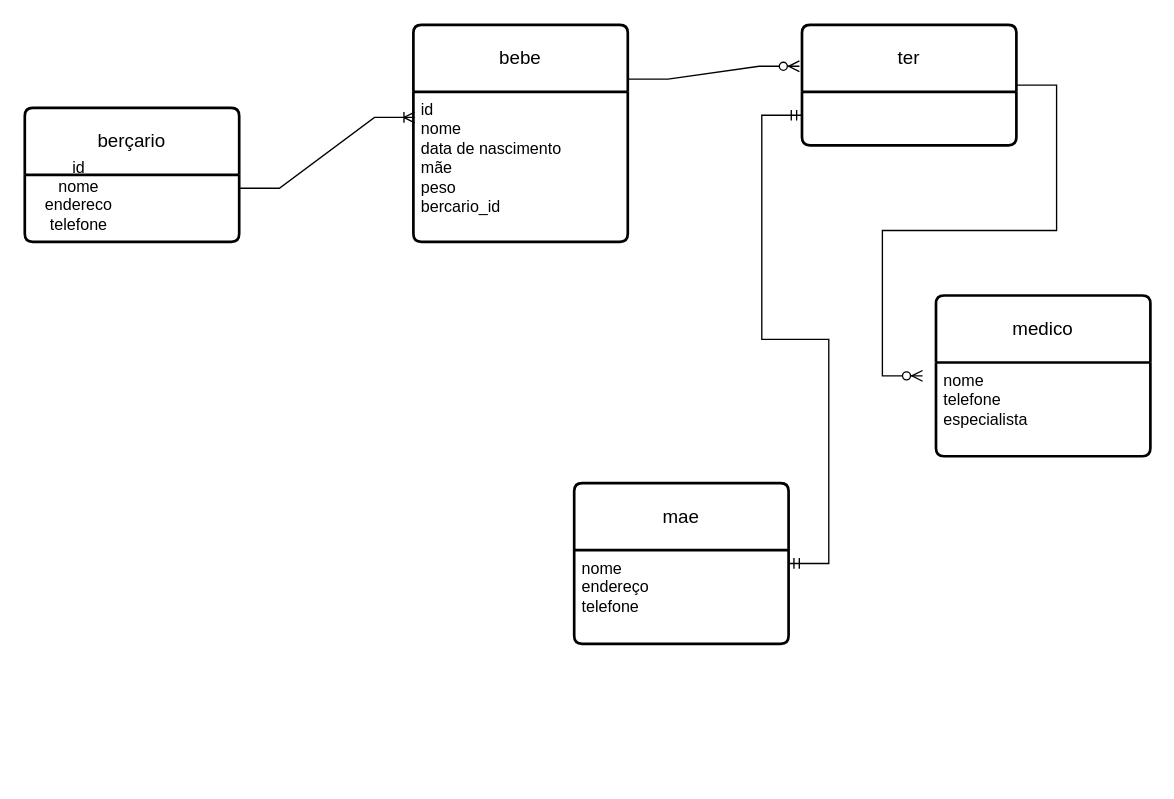
3GG11/Banco_de_Dados keeps this draw.io diagram as Diagrama sem nome.drawio. Above is the earlier version. Source tidied: cells renumbered, new cells numbered last; positions are measured from the earlier drawing's top-left corner, leaving out a move shared by most shapes. Both pictures are drawn from the tidied source at 134%, with x=0, y=0 at pixel (24, 24).
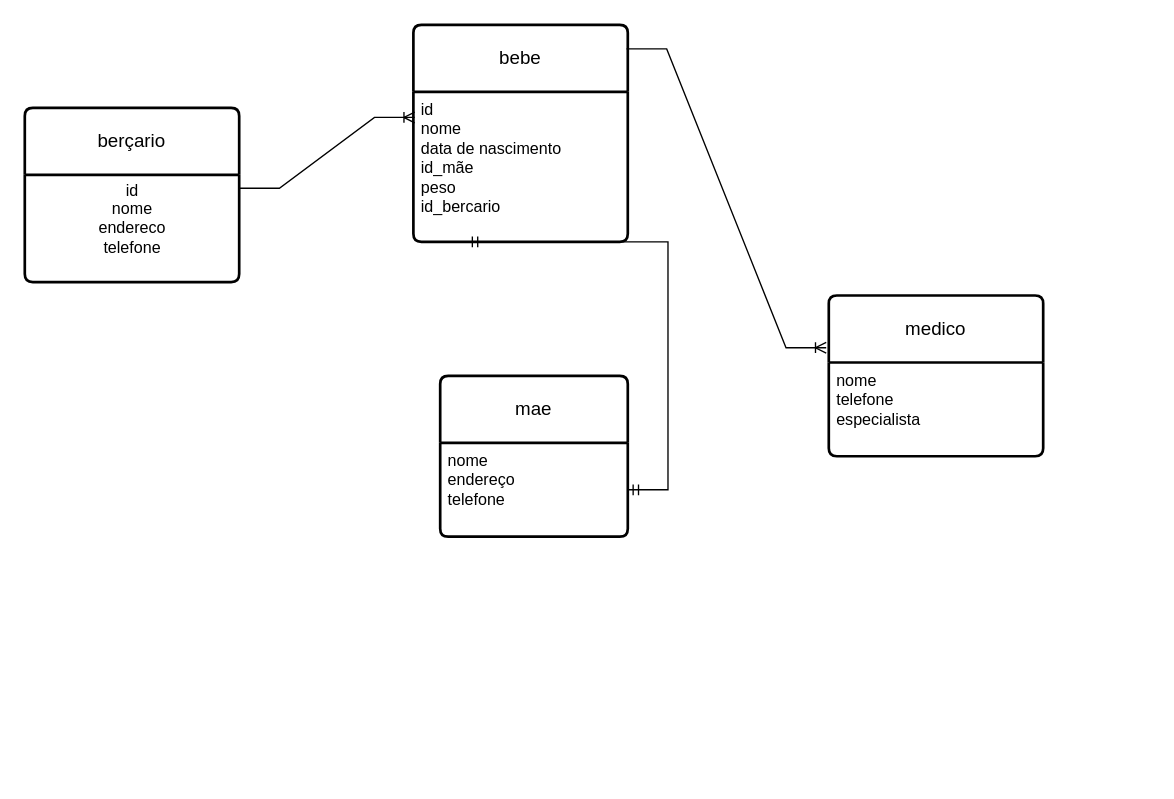
Above is the later version.

The change refers to these unchanged cells:
```xml
<mxCell id="4" value="bebe" style="swimlane;horizontal=1;startSize=50;rounded=1;fontSize=14;fontStyle=0;strokeWidth=2;shadow=0;dashed=0;align=center;arcSize=4;whiteSpace=wrap;html=1;" parent="1" vertex="1">
  <mxGeometry x="290" width="160" height="162" as="geometry" />
</mxCell>
```

What changed in the source:
```diff
@@
     <mxCell id="2" value="berçario" style="swimlane;horizontal=1;startSize=50;rounded=1;fontSize=14;fontStyle=0;strokeWidth=2;shadow=0;dashed=0;align=center;arcSize=4;whiteSpace=wrap;html=1;" parent="1" vertex="1">
-      <mxGeometry y="62" width="160" height="100" as="geometry" />
+      <mxGeometry y="62" width="160" height="130" as="geometry" />
     </mxCell>
+    <mxCell id="15" value="&lt;div&gt;id&lt;/div&gt;&lt;div&gt;nome&lt;/div&gt;&lt;div&gt;endereco&lt;/div&gt;&lt;div&gt;telefone&lt;/div&gt;&lt;div&gt;&lt;br&gt;&lt;/div&gt;" style="text;html=1;align=center;verticalAlign=middle;strokeColor=none;fillColor=none;" parent="2" vertex="1">
+      <mxGeometry y="50" width="160" height="80" as="geometry" />
+    </mxCell>
@@
-    <mxCell id="5" value="&lt;div&gt;id&lt;br&gt;&lt;/div&gt;&lt;div&gt;nome&lt;/div&gt;&lt;div&gt;data de nascimento&lt;/div&gt;&lt;div&gt;mãe&lt;/div&gt;&lt;div&gt;peso&lt;/div&gt;&lt;div&gt;bercario_id&lt;br&gt;&lt;/div&gt;" style="align=left;strokeColor=none;fillColor=none;spacingLeft=4;fontSize=12;verticalAlign=top;html=1;" parent="4" vertex="1">
+    <mxCell id="5" value="&lt;div&gt;id&lt;br&gt;&lt;/div&gt;&lt;div&gt;nome&lt;/div&gt;&lt;div&gt;data de nascimento&lt;/div&gt;&lt;div&gt;id_mãe&lt;/div&gt;&lt;div&gt;peso&lt;/div&gt;&lt;div&gt;id_bercario&lt;br&gt;&lt;/div&gt;" style="align=left;strokeColor=none;fillColor=none;spacingLeft=4;fontSize=12;verticalAlign=top;html=1;" parent="4" vertex="1">
       <mxGeometry y="50" width="160" height="112" as="geometry" />
     </mxCell>
-    <mxCell id="6" value="ter" style="swimlane;horizontal=1;startSize=50;rounded=1;fontSize=14;fontStyle=0;strokeWidth=2;shadow=0;dashed=0;align=center;arcSize=4;whiteSpace=wrap;html=1;" parent="1" vertex="1">
-      <mxGeometry x="580" width="160" height="90" as="geometry" />
-    </mxCell>
-    <mxCell id="7" style="edgeStyle=entityRelationEdgeStyle;fontSize=12;html=1;endArrow=ERzeroToMany;endFill=1;rounded=0;exitX=1;exitY=0.25;exitDx=0;exitDy=0;entryX=-0.012;entryY=0.344;entryDx=0;entryDy=0;entryPerimeter=0;" parent="1" edge="1" source="4" target="6">
-      <mxGeometry relative="1" as="geometry">
-        <Array as="points">
-          <mxPoint x="297.9" y="214" />
-        </Array>
-      </mxGeometry>
-    </mxCell>
     <mxCell id="8" value="mae" style="swimlane;horizontal=1;startSize=50;rounded=1;fontSize=14;fontStyle=0;strokeWidth=2;shadow=0;dashed=0;align=center;arcSize=4;whiteSpace=wrap;html=1;" parent="1" vertex="1">
-      <mxGeometry x="410" y="342" width="160" height="120" as="geometry" />
+      <mxGeometry x="310" y="262" width="140" height="120" as="geometry" />
     </mxCell>
     <mxCell id="9" value="&lt;div&gt;nome&lt;/div&gt;&lt;div&gt;endereço&lt;/div&gt;&lt;div&gt;telefone&lt;br&gt;&lt;/div&gt;" style="align=left;strokeColor=none;fillColor=none;spacingLeft=4;fontSize=12;verticalAlign=top;html=1;" parent="8" vertex="1">
-      <mxGeometry y="50" width="160" height="70" as="geometry" />
+      <mxGeometry y="50" width="140" height="70" as="geometry" />
     </mxCell>
@@
-    <mxCell id="11" style="edgeStyle=entityRelationEdgeStyle;fontSize=12;html=1;endArrow=ERzeroToMany;endFill=1;rounded=0;exitX=1;exitY=0.5;exitDx=0;exitDy=0;" parent="1" edge="1" source="6">
-      <mxGeometry relative="1" as="geometry">
-        <mxPoint x="670" y="262" as="targetPoint" />
-        <Array as="points">
-          <mxPoint x="730" y="27" />
-          <mxPoint x="610" y="147" />
-          <mxPoint x="490" y="297" />
-          <mxPoint x="510" y="292" />
-          <mxPoint x="460" y="332" />
-          <mxPoint x="363" y="390" />
-          <mxPoint x="530" y="292" />
-          <mxPoint x="480" y="297" />
-          <mxPoint x="520" y="292" />
-          <mxPoint x="520" y="312" />
-        </Array>
-      </mxGeometry>
-    </mxCell>
-    <mxCell id="12" style="edgeStyle=entityRelationEdgeStyle;fontSize=12;html=1;endArrow=ERmandOne;startArrow=ERmandOne;rounded=0;entryX=0;entryY=0.75;entryDx=0;entryDy=0;exitX=1;exitY=0.5;exitDx=0;exitDy=0;" parent="1" edge="1" source="8" target="6">
+    <mxCell id="12" style="edgeStyle=entityRelationEdgeStyle;fontSize=12;html=1;endArrow=ERmandOne;startArrow=ERmandOne;rounded=0;entryX=0.25;entryY=1;entryDx=0;entryDy=0;" parent="1" edge="1" source="9" target="4">
       <mxGeometry relative="1" as="geometry" />
     </mxCell>
     <mxCell id="13" value="medico" style="swimlane;horizontal=1;startSize=50;rounded=1;fontSize=14;fontStyle=0;strokeWidth=2;shadow=0;dashed=0;align=center;arcSize=4;whiteSpace=wrap;html=1;" parent="1" vertex="1">
-      <mxGeometry x="680" y="202" width="160" height="120" as="geometry" />
+      <mxGeometry x="600" y="202" width="160" height="120" as="geometry" />
     </mxCell>
@@
-    <mxCell id="15" value="&lt;div&gt;id&lt;/div&gt;&lt;div&gt;nome&lt;/div&gt;&lt;div&gt;endereco&lt;/div&gt;&lt;div&gt;telefone&lt;/div&gt;&lt;div&gt;&lt;br&gt;&lt;/div&gt;" style="text;html=1;align=center;verticalAlign=middle;strokeColor=none;fillColor=none;" parent="1" vertex="1">
-      <mxGeometry x="5" y="90" width="70" height="90" as="geometry" />
-    </mxCell>
+    <mxCell id="16" style="edgeStyle=entityRelationEdgeStyle;fontSize=12;html=1;endArrow=ERoneToMany;rounded=0;exitX=0.994;exitY=0.111;exitDx=0;exitDy=0;exitPerimeter=0;entryX=-0.012;entryY=0.325;entryDx=0;entryDy=0;entryPerimeter=0;" parent="1" edge="1" source="4" target="13">
+      <mxGeometry relative="1" as="geometry" />
+    </mxCell>
```
